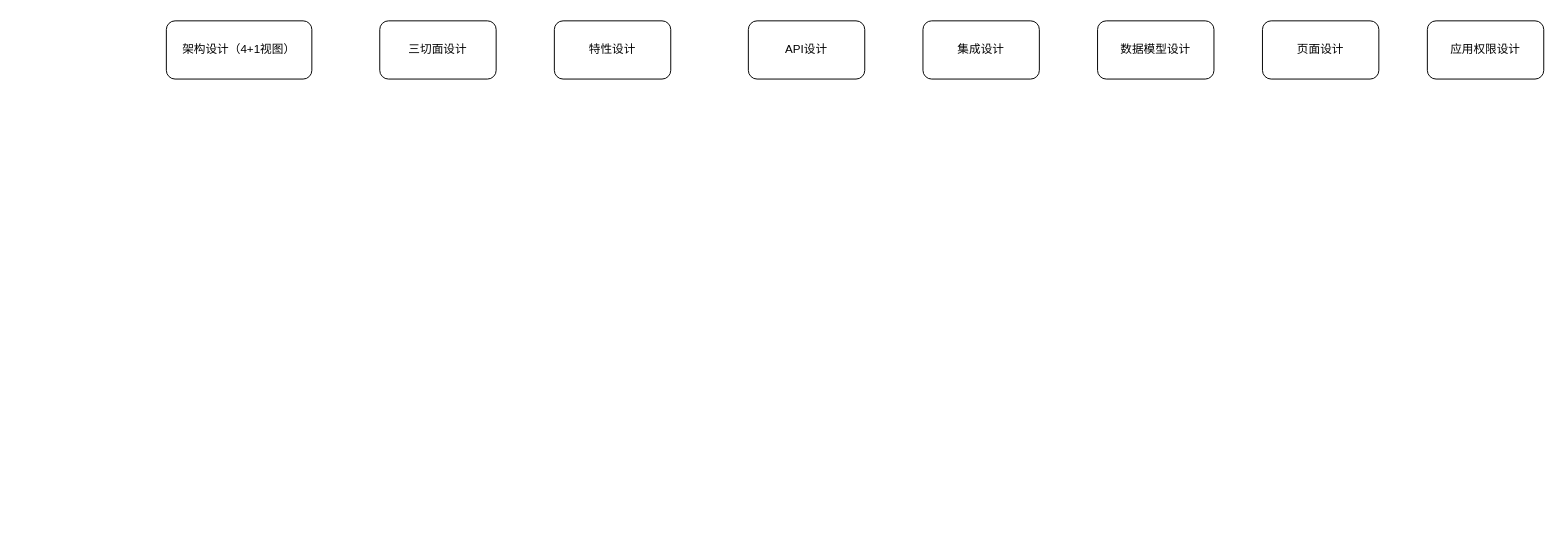
The draw.io diagram 未命名绘图.drawio in l695290718/Test, before the edit. Source tidied: cells renumbered, new cells numbered last; positions are measured from the earlier drawing's top-left corner, leaving out a move shared by most shapes. Both pictures are drawn from the tidied source at 97%, with x=0, y=0 at pixel (166, 20).
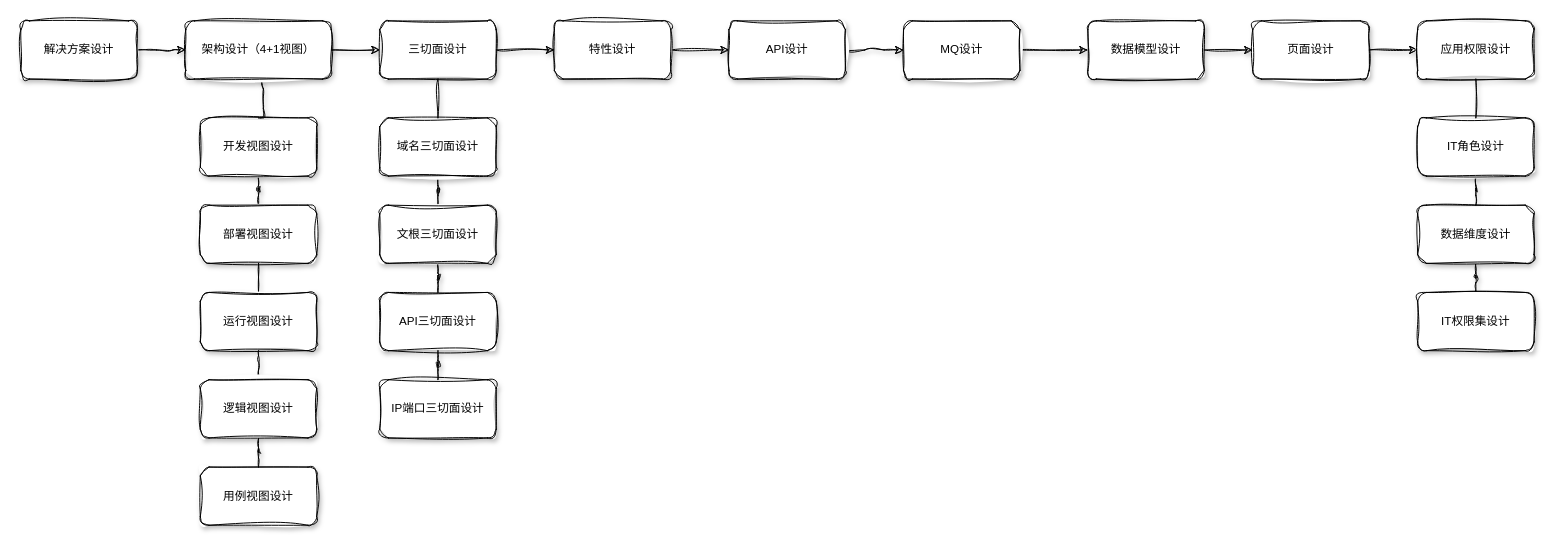
The same page after the edit.

Commit message (it also covers changes not shown here):
更新未命名绘图.drawio

The edit, as a diff of the source:
```diff
@@
+    <mxCell id="10" style="edgeStyle=orthogonalEdgeStyle;rounded=1;jettySize=auto;html=1;flowAnimation=1;shadow=1;sketch=1;curveFitting=1;jiggle=2;" parent="1" edge="1" source="2" target="3">
+      <mxGeometry relative="1" as="geometry" />
+    </mxCell>
-    <mxCell id="2" value="特性设计" style="rounded=1;whiteSpace=wrap;html=1;" parent="1" vertex="1">
+    <mxCell id="2" value="特性设计" style="rounded=1;whiteSpace=wrap;html=1;shadow=1;sketch=1;curveFitting=1;jiggle=2;" parent="1" vertex="1">
       <mxGeometry x="400" width="120" height="60" as="geometry" />
     </mxCell>
+    <mxCell id="11" style="edgeStyle=orthogonalEdgeStyle;rounded=1;jettySize=auto;html=1;flowAnimation=1;shadow=1;sketch=1;curveFitting=1;jiggle=2;" parent="1" edge="1" source="3" target="41">
+      <mxGeometry relative="1" as="geometry">
+        <Array as="points">
+          <mxPoint x="730" y="30" />
+          <mxPoint x="730" y="30" />
+        </Array>
+      </mxGeometry>
+    </mxCell>
-    <mxCell id="3" value="API设计" style="rounded=1;whiteSpace=wrap;html=1;" parent="1" vertex="1">
-      <mxGeometry x="600" width="120" height="60" as="geometry" />
+    <mxCell id="3" value="API设计" style="rounded=1;whiteSpace=wrap;html=1;shadow=1;sketch=1;curveFitting=1;jiggle=2;" parent="1" vertex="1">
+      <mxGeometry x="580" width="120" height="60" as="geometry" />
     </mxCell>
-    <mxCell id="4" value="集成设计" style="rounded=1;whiteSpace=wrap;html=1;" parent="1" vertex="1">
-      <mxGeometry x="780" width="120" height="60" as="geometry" />
-    </mxCell>
+    <mxCell id="12" style="edgeStyle=orthogonalEdgeStyle;rounded=1;jettySize=auto;html=1;flowAnimation=1;shadow=1;sketch=1;curveFitting=1;jiggle=2;" parent="1" edge="1" source="5" target="6">
+      <mxGeometry relative="1" as="geometry" />
+    </mxCell>
-    <mxCell id="5" value="数据模型设计" style="rounded=1;whiteSpace=wrap;html=1;" parent="1" vertex="1">
-      <mxGeometry x="960" width="120" height="60" as="geometry" />
+    <mxCell id="5" value="数据模型设计" style="rounded=1;whiteSpace=wrap;html=1;shadow=1;sketch=1;curveFitting=1;jiggle=2;" parent="1" vertex="1">
+      <mxGeometry x="950" width="120" height="60" as="geometry" />
     </mxCell>
+    <mxCell id="13" style="edgeStyle=orthogonalEdgeStyle;rounded=1;jettySize=auto;html=1;flowAnimation=1;shadow=1;sketch=1;curveFitting=1;jiggle=2;" parent="1" edge="1" source="6" target="7">
+      <mxGeometry relative="1" as="geometry" />
+    </mxCell>
-    <mxCell id="6" value="页面设计" style="rounded=1;whiteSpace=wrap;html=1;" parent="1" vertex="1">
-      <mxGeometry x="1130" width="120" height="60" as="geometry" />
+    <mxCell id="6" value="页面设计" style="rounded=1;whiteSpace=wrap;html=1;shadow=1;sketch=1;curveFitting=1;jiggle=2;" parent="1" vertex="1">
+      <mxGeometry x="1120" width="120" height="60" as="geometry" />
     </mxCell>
+    <mxCell id="14" style="edgeStyle=orthogonalEdgeStyle;rounded=1;jettySize=auto;html=1;endArrow=none;startFill=0;shadow=1;sketch=1;curveFitting=1;jiggle=2;" parent="1" edge="1" source="7" target="36">
+      <mxGeometry relative="1" as="geometry" />
+    </mxCell>
-    <mxCell id="7" value="应用权限设计" style="rounded=1;whiteSpace=wrap;html=1;" parent="1" vertex="1">
-      <mxGeometry x="1300" width="120" height="60" as="geometry" />
+    <mxCell id="7" value="应用权限设计" style="rounded=1;whiteSpace=wrap;html=1;shadow=1;sketch=1;curveFitting=1;jiggle=2;" parent="1" vertex="1">
+      <mxGeometry x="1290" width="120" height="60" as="geometry" />
     </mxCell>
+    <mxCell id="15" style="edgeStyle=orthogonalEdgeStyle;rounded=1;jettySize=auto;html=1;flowAnimation=1;shadow=1;sketch=1;curveFitting=1;jiggle=2;" parent="1" edge="1" source="8" target="2">
+      <mxGeometry relative="1" as="geometry" />
+    </mxCell>
+    <mxCell id="16" style="edgeStyle=orthogonalEdgeStyle;rounded=1;jettySize=auto;html=1;endArrow=none;startFill=0;shadow=1;sketch=1;curveFitting=1;jiggle=2;flowAnimation=1;" parent="1" edge="1" source="8" target="29">
+      <mxGeometry relative="1" as="geometry" />
+    </mxCell>
-    <mxCell id="8" value="三切面设计" style="rounded=1;whiteSpace=wrap;html=1;" parent="1" vertex="1">
+    <mxCell id="8" value="三切面设计" style="rounded=1;whiteSpace=wrap;html=1;shadow=1;sketch=1;curveFitting=1;jiggle=2;" parent="1" vertex="1">
       <mxGeometry x="220" width="120" height="60" as="geometry" />
     </mxCell>
+    <mxCell id="17" style="edgeStyle=orthogonalEdgeStyle;rounded=1;jettySize=auto;html=1;flowAnimation=1;shadow=1;sketch=1;curveFitting=1;jiggle=2;" parent="1" edge="1" source="9" target="8">
+      <mxGeometry relative="1" as="geometry" />
+    </mxCell>
+    <mxCell id="18" style="edgeStyle=orthogonalEdgeStyle;rounded=1;jettySize=auto;html=1;exitX=0.5;exitY=1;exitDx=0;exitDy=0;entryX=0.5;entryY=0;entryDx=0;entryDy=0;endArrow=none;startFill=0;shadow=1;sketch=1;curveFitting=1;jiggle=2;flowAnimation=1;" parent="1" edge="1" source="9" target="20">
+      <mxGeometry relative="1" as="geometry">
+        <Array as="points">
+          <mxPoint x="100" y="60" />
+          <mxPoint x="100" y="100" />
+        </Array>
+      </mxGeometry>
+    </mxCell>
-    <mxCell id="9" value="架构设计（4+1视图）" style="rounded=1;whiteSpace=wrap;html=1;" parent="1" vertex="1">
-      <mxGeometry width="150" height="60" as="geometry" />
+    <mxCell id="9" value="架构设计（4+1视图）" style="rounded=1;whiteSpace=wrap;html=1;shadow=1;sketch=1;curveFitting=1;jiggle=2;glass=0;gradientColor=none;" parent="1" vertex="1">
+      <mxGeometry x="20" width="150" height="60" as="geometry" />
     </mxCell>
+    <mxCell id="19" style="edgeStyle=orthogonalEdgeStyle;rounded=1;jettySize=auto;html=1;endArrow=none;startFill=0;shadow=1;sketch=1;curveFitting=1;jiggle=2;" parent="1" edge="1" source="20" target="22">
+      <mxGeometry relative="1" as="geometry" />
+    </mxCell>
+    <mxCell id="20" value="开发视图设计" style="rounded=1;whiteSpace=wrap;html=1;shadow=1;sketch=1;curveFitting=1;jiggle=2;" parent="1" vertex="1">
+      <mxGeometry x="35" y="100" width="120" height="60" as="geometry" />
+    </mxCell>
+    <mxCell id="21" style="edgeStyle=orthogonalEdgeStyle;rounded=1;jettySize=auto;html=1;exitX=0.5;exitY=1;exitDx=0;exitDy=0;entryX=0.5;entryY=0;entryDx=0;entryDy=0;endArrow=none;startFill=0;shadow=1;sketch=1;curveFitting=1;jiggle=2;" parent="1" edge="1" source="22" target="24">
+      <mxGeometry relative="1" as="geometry" />
+    </mxCell>
+    <mxCell id="22" value="部署视图设计" style="rounded=1;whiteSpace=wrap;html=1;shadow=1;sketch=1;curveFitting=1;jiggle=2;" parent="1" vertex="1">
+      <mxGeometry x="35" y="190" width="120" height="60" as="geometry" />
+    </mxCell>
+    <mxCell id="23" style="edgeStyle=orthogonalEdgeStyle;rounded=1;jettySize=auto;html=1;exitX=0.5;exitY=1;exitDx=0;exitDy=0;entryX=0.5;entryY=0;entryDx=0;entryDy=0;endArrow=none;startFill=0;shadow=1;sketch=1;curveFitting=1;jiggle=2;" parent="1" edge="1" source="24" target="26">
+      <mxGeometry relative="1" as="geometry">
+        <Array as="points">
+          <mxPoint x="95" y="350" />
+          <mxPoint x="95" y="350" />
+        </Array>
+      </mxGeometry>
+    </mxCell>
+    <mxCell id="24" value="运行视图设计" style="rounded=1;whiteSpace=wrap;html=1;shadow=1;sketch=1;curveFitting=1;jiggle=2;" parent="1" vertex="1">
+      <mxGeometry x="35" y="280" width="120" height="60" as="geometry" />
+    </mxCell>
+    <mxCell id="25" style="edgeStyle=orthogonalEdgeStyle;rounded=1;jettySize=auto;html=1;endArrow=none;startFill=0;shadow=1;sketch=1;curveFitting=1;jiggle=2;" parent="1" edge="1" source="26" target="27">
+      <mxGeometry relative="1" as="geometry" />
+    </mxCell>
+    <mxCell id="26" value="逻辑视图设计" style="rounded=1;whiteSpace=wrap;html=1;shadow=1;sketch=1;curveFitting=1;jiggle=2;" parent="1" vertex="1">
+      <mxGeometry x="35" y="370" width="120" height="60" as="geometry" />
+    </mxCell>
+    <mxCell id="27" value="用例视图设计" style="rounded=1;whiteSpace=wrap;html=1;shadow=1;sketch=1;curveFitting=1;jiggle=2;" parent="1" vertex="1">
+      <mxGeometry x="35" y="460" width="120" height="60" as="geometry" />
+    </mxCell>
+    <mxCell id="28" style="edgeStyle=orthogonalEdgeStyle;rounded=1;jettySize=auto;html=1;endArrow=none;startFill=0;shadow=1;sketch=1;curveFitting=1;jiggle=2;" parent="1" edge="1" source="29" target="31">
+      <mxGeometry relative="1" as="geometry" />
+    </mxCell>
+    <mxCell id="29" value="域名三切面设计" style="rounded=1;whiteSpace=wrap;html=1;shadow=1;sketch=1;curveFitting=1;jiggle=2;" parent="1" vertex="1">
+      <mxGeometry x="220" y="100" width="120" height="60" as="geometry" />
+    </mxCell>
+    <mxCell id="30" style="edgeStyle=orthogonalEdgeStyle;rounded=1;jettySize=auto;html=1;endArrow=none;startFill=0;shadow=1;sketch=1;curveFitting=1;jiggle=2;" parent="1" edge="1" source="31" target="33">
+      <mxGeometry relative="1" as="geometry" />
+    </mxCell>
+    <mxCell id="31" value="文根三切面设计" style="rounded=1;whiteSpace=wrap;html=1;shadow=1;sketch=1;curveFitting=1;jiggle=2;" parent="1" vertex="1">
+      <mxGeometry x="220" y="190" width="120" height="60" as="geometry" />
+    </mxCell>
+    <mxCell id="32" style="edgeStyle=orthogonalEdgeStyle;rounded=1;jettySize=auto;html=1;endArrow=none;startFill=0;shadow=1;sketch=1;curveFitting=1;jiggle=2;" parent="1" edge="1" source="33" target="34">
+      <mxGeometry relative="1" as="geometry" />
+    </mxCell>
+    <mxCell id="33" value="API三切面设计" style="rounded=1;whiteSpace=wrap;html=1;shadow=1;sketch=1;curveFitting=1;jiggle=2;" parent="1" vertex="1">
+      <mxGeometry x="220" y="280" width="120" height="60" as="geometry" />
+    </mxCell>
+    <mxCell id="34" value="IP端口三切面设计" style="rounded=1;whiteSpace=wrap;html=1;shadow=1;sketch=1;curveFitting=1;jiggle=2;" parent="1" vertex="1">
+      <mxGeometry x="220" y="370" width="120" height="60" as="geometry" />
+    </mxCell>
+    <mxCell id="35" style="edgeStyle=orthogonalEdgeStyle;rounded=1;jettySize=auto;html=1;endArrow=none;startFill=0;shadow=1;sketch=1;curveFitting=1;jiggle=2;" parent="1" edge="1" source="36" target="38">
+      <mxGeometry relative="1" as="geometry" />
+    </mxCell>
+    <mxCell id="36" value="IT角色设计" style="rounded=1;whiteSpace=wrap;html=1;shadow=1;sketch=1;curveFitting=1;jiggle=2;" parent="1" vertex="1">
+      <mxGeometry x="1290" y="100" width="120" height="60" as="geometry" />
+    </mxCell>
+    <mxCell id="37" style="edgeStyle=orthogonalEdgeStyle;rounded=1;jettySize=auto;html=1;endArrow=none;startFill=0;shadow=1;sketch=1;curveFitting=1;jiggle=2;" parent="1" edge="1" source="38" target="39">
+      <mxGeometry relative="1" as="geometry" />
+    </mxCell>
+    <mxCell id="38" value="数据维度设计" style="rounded=1;whiteSpace=wrap;html=1;shadow=1;sketch=1;curveFitting=1;jiggle=2;" parent="1" vertex="1">
+      <mxGeometry x="1290" y="190" width="120" height="60" as="geometry" />
+    </mxCell>
+    <mxCell id="39" value="IT权限集设计" style="rounded=1;whiteSpace=wrap;html=1;shadow=1;sketch=1;curveFitting=1;jiggle=2;" parent="1" vertex="1">
+      <mxGeometry x="1290" y="280" width="120" height="60" as="geometry" />
+    </mxCell>
+    <mxCell id="40" style="edgeStyle=orthogonalEdgeStyle;rounded=1;jettySize=auto;html=1;flowAnimation=1;shadow=1;sketch=1;curveFitting=1;jiggle=2;" parent="1" edge="1" source="41" target="5">
+      <mxGeometry relative="1" as="geometry" />
+    </mxCell>
+    <mxCell id="41" value="MQ设计" style="rounded=1;whiteSpace=wrap;html=1;shadow=1;sketch=1;curveFitting=1;jiggle=2;" parent="1" vertex="1">
+      <mxGeometry x="760" width="120" height="60" as="geometry" />
+    </mxCell>
+    <mxCell id="42" style="edgeStyle=orthogonalEdgeStyle;rounded=1;jettySize=auto;html=1;flowAnimation=1;shadow=1;sketchStyle=rough;sketch=1;curveFitting=1;jiggle=2;" parent="1" edge="1" source="43" target="9">
+      <mxGeometry relative="1" as="geometry">
+        <Array as="points">
+          <mxPoint y="30" />
+          <mxPoint y="30" />
+        </Array>
+      </mxGeometry>
+    </mxCell>
+    <mxCell id="43" value="解决方案设计" style="rounded=1;whiteSpace=wrap;html=1;shadow=1;sketch=1;curveFitting=1;jiggle=2;" parent="1" vertex="1">
+      <mxGeometry x="-150" width="120" height="60" as="geometry" />
+    </mxCell>
```
